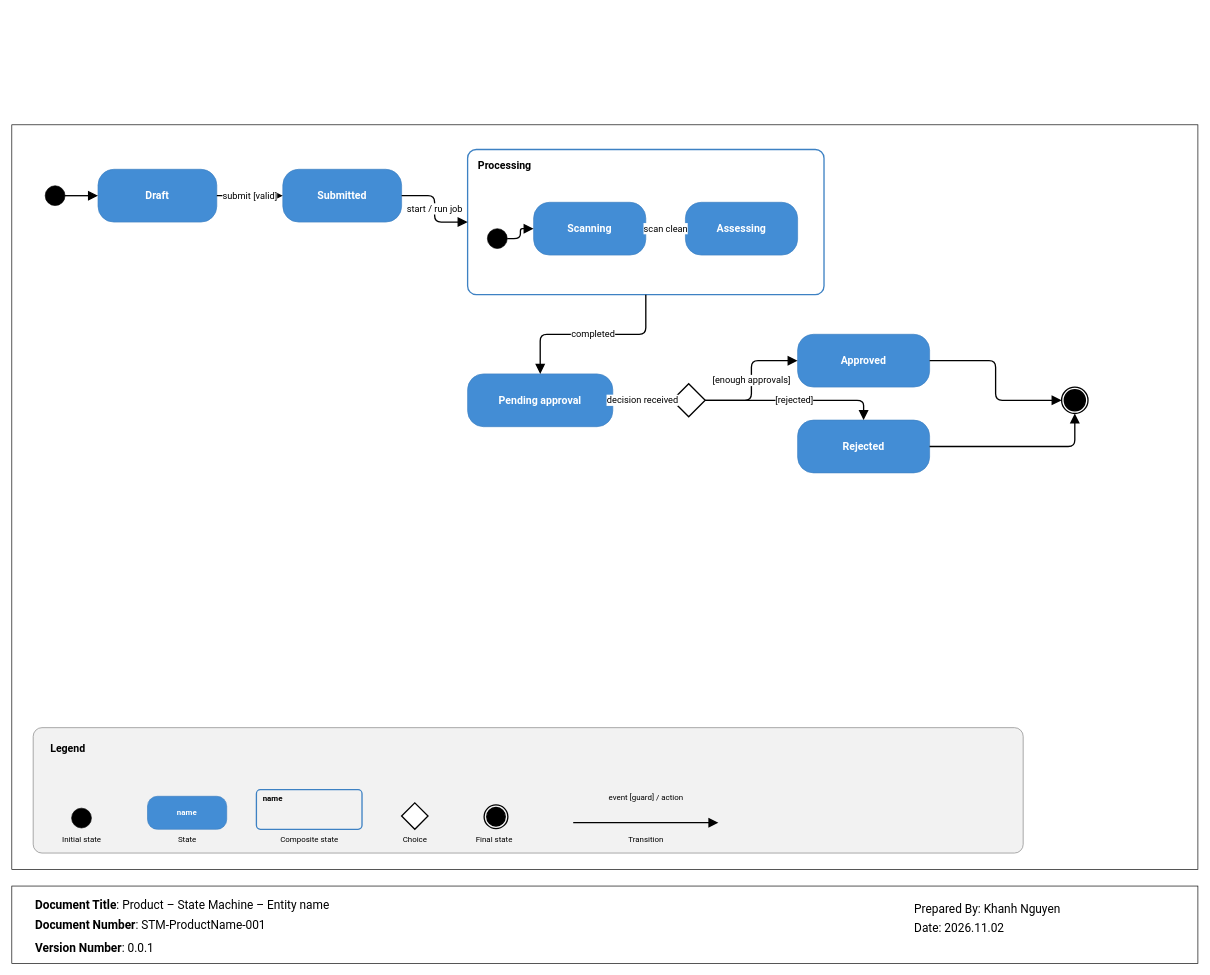
TQKNG/khanh-agent-workspace keeps this draw.io diagram as plugins/diagram-standards/skills/diagram-standards/templates/state.drawio. Above is the earlier version. Source tidied: cells renumbered, new cells numbered last; positions are measured from the earlier drawing's top-left corner, leaving out a move shared by most shapes. Both pictures are drawn from the tidied source at 66%, with x=0, y=0 at pixel (11, 125).
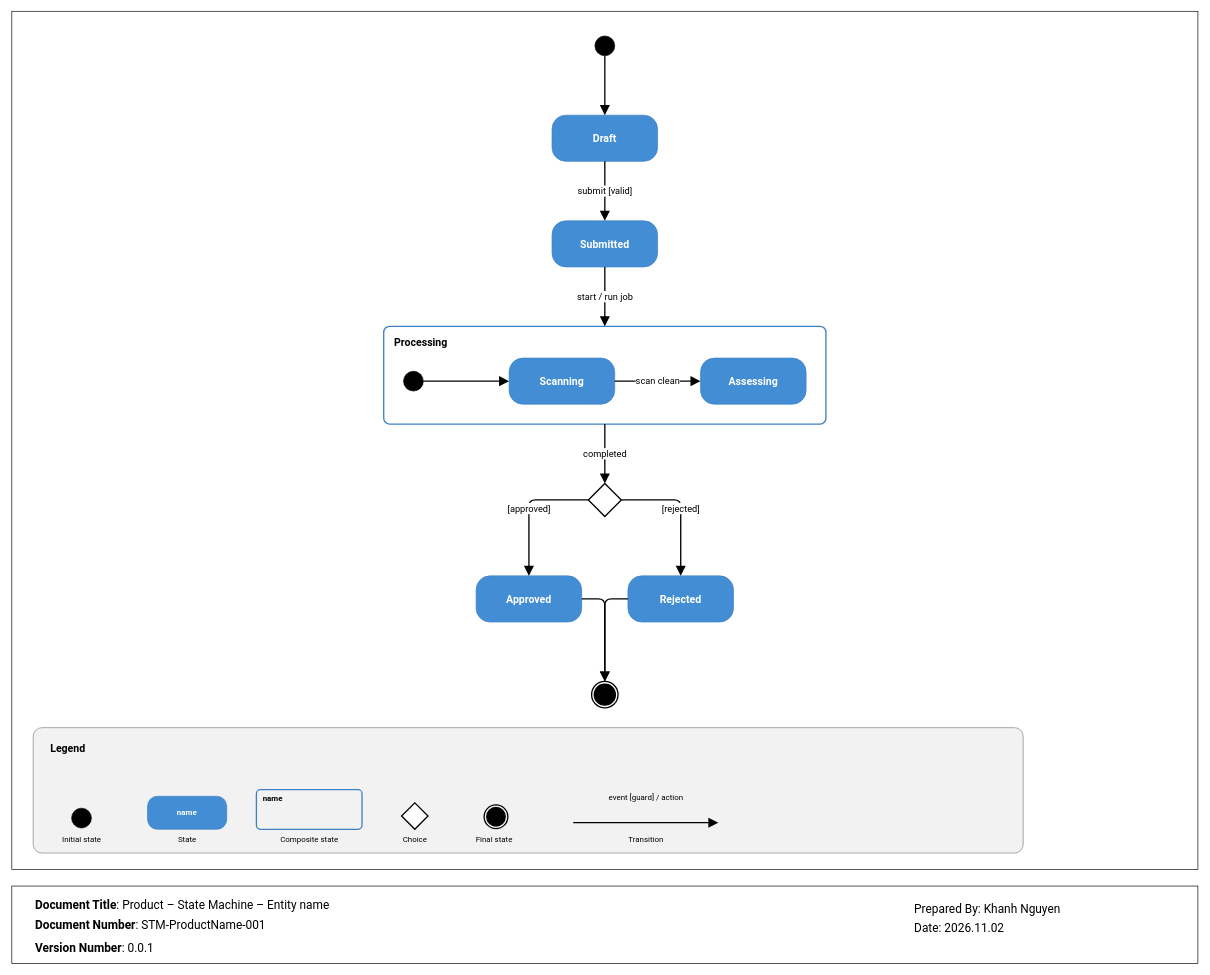
Above is the later version.

Diff of the diagram source:
```diff
@@
     <mxCell id="2" style="rounded=0;whiteSpace=wrap;html=1;fillColor=#ffffff;strokeColor=#000000;" parent="1" vertex="1">
-      <mxGeometry x="0.4" y="-0.4" width="1797.1" height="1128.4" as="geometry" />
+      <mxGeometry x="0.4" y="-172.4" width="1797.1" height="1300.4" as="geometry" />
     </mxCell>
@@
-    <mxCell id="4" style="ellipse;html=1;fillColor=#000000;strokeColor=#000000;" parent="1" vertex="1">
-      <mxGeometry x="51" y="92" width="30" height="30" as="geometry" />
-    </mxCell>
+    <mxCell id="47" style="ellipse;html=1;fillColor=#000000;strokeColor=#000000;" parent="1" vertex="1">
+      <mxGeometry x="883.9" y="-135" width="30" height="30" as="geometry" />
+    </mxCell>
     <mxCell id="5" value="Draft" style="rounded=1;arcSize=10;whiteSpace=wrap;html=1;align=center;fontFamily=Roboto;fillColor=#438dd5;strokeColor=#3d81c3;fontColor=#ffffff;fontSize=16;fontStyle=1;arcSize=30;" parent="1" vertex="1">
-      <mxGeometry x="131" y="67" width="180" height="80" as="geometry" />
+      <mxGeometry x="818.9" y="-15" width="160" height="70" as="geometry" />
     </mxCell>
     <mxCell id="6" value="Submitted" style="rounded=1;arcSize=10;whiteSpace=wrap;html=1;align=center;fontFamily=Roboto;fillColor=#438dd5;strokeColor=#3d81c3;fontColor=#ffffff;fontSize=16;fontStyle=1;arcSize=30;" parent="1" vertex="1">
-      <mxGeometry x="411" y="67" width="180" height="80" as="geometry" />
+      <mxGeometry x="818.9" y="145" width="160" height="70" as="geometry" />
     </mxCell>
     <mxCell id="7" value="Processing" style="rounded=1;arcSize=6;whiteSpace=wrap;html=1;fillColor=none;strokeColor=#3d81c3;strokeWidth=2;verticalAlign=top;align=left;spacingLeft=14;spacingTop=8;fontSize=16;fontStyle=1;fontFamily=Roboto;" parent="1" vertex="1">
-      <mxGeometry x="691" y="37" width="540" height="220" as="geometry" />
+      <mxGeometry x="563.9" y="305" width="670" height="148" as="geometry" />
     </mxCell>
-    <mxCell id="8" style="ellipse;html=1;fillColor=#000000;strokeColor=#000000;" parent="1" vertex="1">
-      <mxGeometry x="721" y="157" width="30" height="30" as="geometry" />
-    </mxCell>
+    <mxCell id="48" style="ellipse;html=1;fillColor=#000000;strokeColor=#000000;" parent="1" vertex="1">
+      <mxGeometry x="593.9" y="373" width="30" height="30" as="geometry" />
+    </mxCell>
     <mxCell id="9" value="Scanning" style="rounded=1;arcSize=10;whiteSpace=wrap;html=1;align=center;fontFamily=Roboto;fillColor=#438dd5;strokeColor=#3d81c3;fontColor=#ffffff;fontSize=16;fontStyle=1;arcSize=30;" parent="1" vertex="1">
-      <mxGeometry x="791" y="117" width="170" height="80" as="geometry" />
+      <mxGeometry x="753.9" y="353" width="160" height="70" as="geometry" />
     </mxCell>
     <mxCell id="10" value="Assessing" style="rounded=1;arcSize=10;whiteSpace=wrap;html=1;align=center;fontFamily=Roboto;fillColor=#438dd5;strokeColor=#3d81c3;fontColor=#ffffff;fontSize=16;fontStyle=1;arcSize=30;" parent="1" vertex="1">
-      <mxGeometry x="1021" y="117" width="170" height="80" as="geometry" />
+      <mxGeometry x="1043.9" y="353" width="160" height="70" as="geometry" />
     </mxCell>
-    <mxCell id="11" value="Pending approval" style="rounded=1;arcSize=10;whiteSpace=wrap;html=1;align=center;fontFamily=Roboto;fillColor=#438dd5;strokeColor=#3d81c3;fontColor=#ffffff;fontSize=16;fontStyle=1;arcSize=30;" parent="1" vertex="1">
-      <mxGeometry x="691" y="377" width="220" height="80" as="geometry" />
-    </mxCell>
-    <mxCell id="12" style="rhombus;html=1;fillColor=#ffffff;strokeColor=#000000;strokeWidth=2;" parent="1" vertex="1">
-      <mxGeometry x="1001" y="392" width="50" height="50" as="geometry" />
-    </mxCell>
+    <mxCell id="49" style="rhombus;html=1;fillColor=#ffffff;strokeColor=#000000;strokeWidth=2;" parent="1" vertex="1">
+      <mxGeometry x="873.9" y="543" width="50" height="50" as="geometry" />
+    </mxCell>
     <mxCell id="13" value="Approved" style="rounded=1;arcSize=10;whiteSpace=wrap;html=1;align=center;fontFamily=Roboto;fillColor=#438dd5;strokeColor=#3d81c3;fontColor=#ffffff;fontSize=16;fontStyle=1;arcSize=30;" parent="1" vertex="1">
-      <mxGeometry x="1191" y="317" width="200" height="80" as="geometry" />
+      <mxGeometry x="703.9" y="683" width="160" height="70" as="geometry" />
     </mxCell>
     <mxCell id="14" value="Rejected" style="rounded=1;arcSize=10;whiteSpace=wrap;html=1;align=center;fontFamily=Roboto;fillColor=#438dd5;strokeColor=#3d81c3;fontColor=#ffffff;fontSize=16;fontStyle=1;arcSize=30;" parent="1" vertex="1">
-      <mxGeometry x="1191" y="447" width="200" height="80" as="geometry" />
+      <mxGeometry x="933.9" y="683" width="160" height="70" as="geometry" />
     </mxCell>
-    <mxCell id="15" style="ellipse;html=1;shape=endState;fillColor=#000000;strokeColor=#000000;strokeWidth=2;" parent="1" vertex="1">
-      <mxGeometry x="1591" y="397" width="40" height="40" as="geometry" />
-    </mxCell>
-    <mxCell id="16" style="endArrow=block;endFill=1;endSize=10;edgeStyle=orthogonalEdgeStyle;html=1;strokeWidth=2;strokeColor=#000000;labelBackgroundColor=#ffffff;fontSize=14;fontFamily=Roboto;" parent="1" edge="1" source="4" target="5">
-      <mxGeometry relative="1" as="geometry" />
-    </mxCell>
+    <mxCell id="50" style="ellipse;html=1;shape=endState;fillColor=#000000;strokeColor=#000000;strokeWidth=2;" parent="1" vertex="1">
+      <mxGeometry x="878.9" y="843" width="40" height="40" as="geometry" />
+    </mxCell>
+    <mxCell id="51" style="endArrow=block;endFill=1;endSize=10;edgeStyle=orthogonalEdgeStyle;html=1;strokeWidth=2;strokeColor=#000000;labelBackgroundColor=#ffffff;fontSize=14;fontFamily=Roboto;" parent="1" edge="1" source="47" target="5">
+      <mxGeometry relative="1" as="geometry" />
+    </mxCell>
@@
-    <mxCell id="19" style="endArrow=block;endFill=1;endSize=10;edgeStyle=orthogonalEdgeStyle;html=1;strokeWidth=2;strokeColor=#000000;labelBackgroundColor=#ffffff;fontSize=14;fontFamily=Roboto;" parent="1" edge="1" source="8" target="9">
-      <mxGeometry relative="1" as="geometry" />
-    </mxCell>
+    <mxCell id="21" value="completed" style="endArrow=block;endFill=1;endSize=10;edgeStyle=orthogonalEdgeStyle;html=1;strokeWidth=2;strokeColor=#000000;labelBackgroundColor=#ffffff;fontSize=14;fontFamily=Roboto;" parent="1" edge="1" source="7" target="49">
+      <mxGeometry relative="1" as="geometry" />
+    </mxCell>
+    <mxCell id="52" value="[approved]" style="endArrow=block;endFill=1;endSize=10;edgeStyle=orthogonalEdgeStyle;html=1;strokeWidth=2;strokeColor=#000000;labelBackgroundColor=#ffffff;fontSize=14;fontFamily=Roboto;" parent="1" edge="1" source="49" target="13">
+      <mxGeometry relative="1" as="geometry" />
+    </mxCell>
+    <mxCell id="24" value="[rejected]" style="endArrow=block;endFill=1;endSize=10;edgeStyle=orthogonalEdgeStyle;html=1;strokeWidth=2;strokeColor=#000000;labelBackgroundColor=#ffffff;fontSize=14;fontFamily=Roboto;" parent="1" edge="1" source="49" target="14">
+      <mxGeometry relative="1" as="geometry" />
+    </mxCell>
+    <mxCell id="53" style="endArrow=block;endFill=1;endSize=10;edgeStyle=orthogonalEdgeStyle;html=1;strokeWidth=2;strokeColor=#000000;labelBackgroundColor=#ffffff;fontSize=14;fontFamily=Roboto;" parent="1" edge="1" source="13" target="50">
+      <mxGeometry relative="1" as="geometry" />
+    </mxCell>
+    <mxCell id="54" style="endArrow=block;endFill=1;endSize=10;edgeStyle=orthogonalEdgeStyle;html=1;strokeWidth=2;strokeColor=#000000;labelBackgroundColor=#ffffff;fontSize=14;fontFamily=Roboto;" parent="1" edge="1" source="14" target="50">
+      <mxGeometry relative="1" as="geometry" />
+    </mxCell>
+    <mxCell id="55" style="endArrow=block;endFill=1;endSize=10;edgeStyle=orthogonalEdgeStyle;html=1;strokeWidth=2;strokeColor=#000000;labelBackgroundColor=#ffffff;fontSize=14;fontFamily=Roboto;" parent="1" edge="1" source="48" target="9">
+      <mxGeometry relative="1" as="geometry" />
+    </mxCell>
@@
-    <mxCell id="21" value="completed" style="endArrow=block;endFill=1;endSize=10;edgeStyle=orthogonalEdgeStyle;html=1;strokeWidth=2;strokeColor=#000000;labelBackgroundColor=#ffffff;fontSize=14;fontFamily=Roboto;" parent="1" edge="1" source="7" target="11">
-      <mxGeometry relative="1" as="geometry" />
-    </mxCell>
-    <mxCell id="22" value="decision received" style="endArrow=block;endFill=1;endSize=10;edgeStyle=orthogonalEdgeStyle;html=1;strokeWidth=2;strokeColor=#000000;labelBackgroundColor=#ffffff;fontSize=14;fontFamily=Roboto;" parent="1" edge="1" source="11" target="12">
-      <mxGeometry relative="1" as="geometry" />
-    </mxCell>
-    <mxCell id="23" value="[enough approvals]" style="endArrow=block;endFill=1;endSize=10;edgeStyle=orthogonalEdgeStyle;html=1;strokeWidth=2;strokeColor=#000000;labelBackgroundColor=#ffffff;fontSize=14;fontFamily=Roboto;" parent="1" edge="1" source="12" target="13">
-      <mxGeometry relative="1" as="geometry" />
-    </mxCell>
-    <mxCell id="24" value="[rejected]" style="endArrow=block;endFill=1;endSize=10;edgeStyle=orthogonalEdgeStyle;html=1;strokeWidth=2;strokeColor=#000000;labelBackgroundColor=#ffffff;fontSize=14;fontFamily=Roboto;" parent="1" edge="1" source="12" target="14">
-      <mxGeometry relative="1" as="geometry" />
-    </mxCell>
-    <mxCell id="25" style="endArrow=block;endFill=1;endSize=10;edgeStyle=orthogonalEdgeStyle;html=1;strokeWidth=2;strokeColor=#000000;labelBackgroundColor=#ffffff;fontSize=14;fontFamily=Roboto;" parent="1" edge="1" source="13" target="15">
-      <mxGeometry relative="1" as="geometry" />
-    </mxCell>
-    <mxCell id="26" style="endArrow=block;endFill=1;endSize=10;edgeStyle=orthogonalEdgeStyle;html=1;strokeWidth=2;strokeColor=#000000;labelBackgroundColor=#ffffff;fontSize=14;fontFamily=Roboto;" parent="1" edge="1" source="14" target="15">
-      <mxGeometry relative="1" as="geometry" />
-    </mxCell>
@@
-    <mxCell id="29" style="ellipse;html=1;fillColor=#000000;strokeColor=#000000;" parent="1" vertex="1">
-      <mxGeometry x="91" y="1035" width="30" height="30" as="geometry" />
-    </mxCell>
+    <mxCell id="56" style="ellipse;html=1;fillColor=#000000;strokeColor=#000000;" parent="1" vertex="1">
+      <mxGeometry x="91" y="1035" width="30" height="30" as="geometry" />
+    </mxCell>
@@
-    <mxCell id="35" style="rhombus;html=1;fillColor=#ffffff;strokeColor=#000000;strokeWidth=2;" parent="1" vertex="1">
-      <mxGeometry x="591" y="1027" width="40" height="40" as="geometry" />
-    </mxCell>
+    <mxCell id="57" style="rhombus;html=1;fillColor=#ffffff;strokeColor=#000000;strokeWidth=2;" parent="1" vertex="1">
+      <mxGeometry x="591" y="1027" width="40" height="40" as="geometry" />
+    </mxCell>
@@
-    <mxCell id="37" style="ellipse;html=1;shape=endState;fillColor=#000000;strokeColor=#000000;strokeWidth=2;" parent="1" vertex="1">
-      <mxGeometry x="716" y="1030" width="36" height="36" as="geometry" />
-    </mxCell>
+    <mxCell id="58" style="ellipse;html=1;shape=endState;fillColor=#000000;strokeColor=#000000;strokeWidth=2;" parent="1" vertex="1">
+      <mxGeometry x="716" y="1030" width="36" height="36" as="geometry" />
+    </mxCell>
@@
-    <mxCell id="40" style="endArrow=block;endFill=1;endSize=10;html=1;strokeWidth=2;strokeColor=#000000;" parent="1" edge="1">
-      <mxGeometry relative="1" as="geometry">
-        <mxPoint x="851" y="1057" as="sourcePoint" />
-        <mxPoint x="1071" y="1057" as="targetPoint" />
-      </mxGeometry>
-    </mxCell>
+    <mxCell id="59" style="endArrow=block;endFill=1;endSize=10;html=1;strokeWidth=2;strokeColor=#000000;" parent="1" edge="1">
+      <mxGeometry relative="1" as="geometry">
+        <mxPoint x="851" y="1057" as="sourcePoint" />
+        <mxPoint x="1071" y="1057" as="targetPoint" />
+      </mxGeometry>
+    </mxCell>
```
